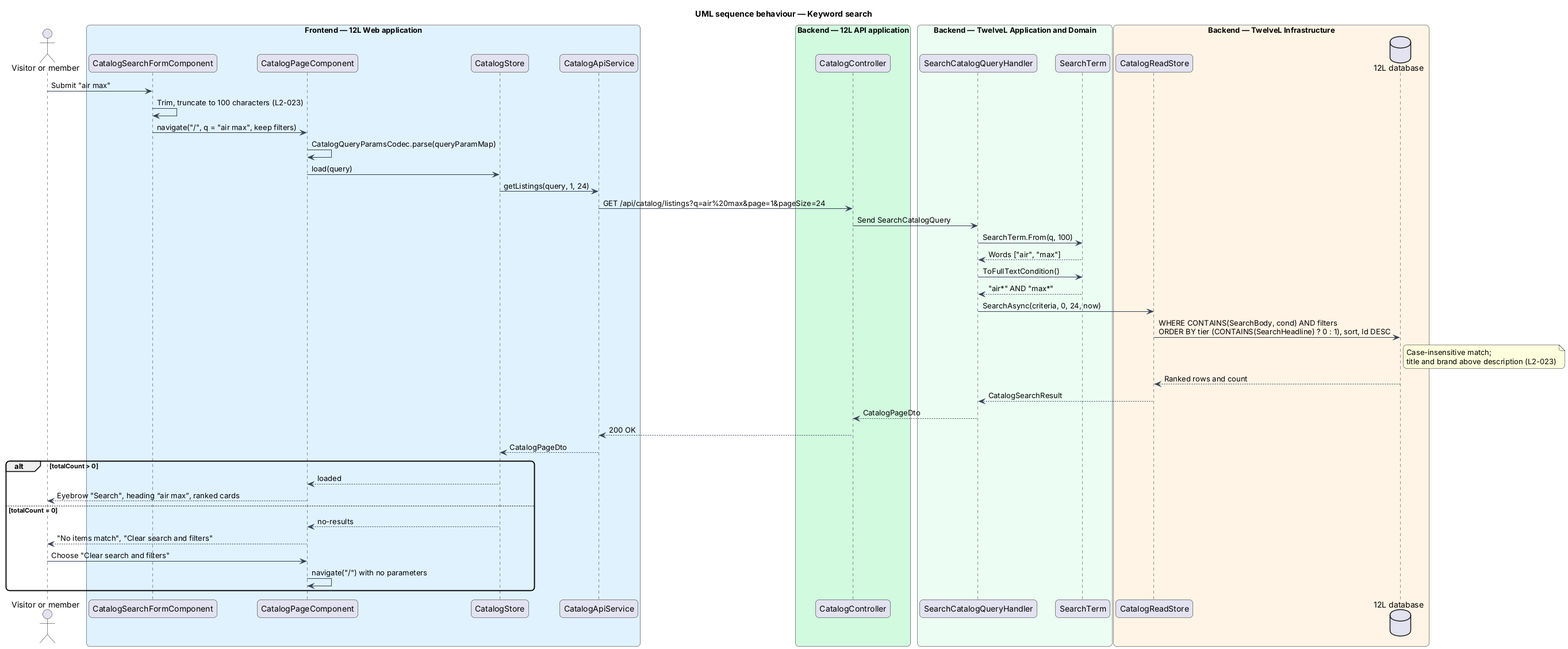
This is docs/detailed-designs/catalog/search-and-filter-catalog/diagrams/sequence-keyword-search.png from QuinntyneBrown/12l, a PlantUML export, as it was before one commit. Its diagram source:
```plantuml
@startuml
title UML sequence behaviour — Keyword search
skinparam backgroundColor #FFFFFF
skinparam shadowing false
skinparam roundcorner 12
skinparam defaultFontName Arial
skinparam ArrowColor #344054
actor "Visitor or member" as actor
box "Frontend — 12L Web application" #E0F2FE
  participant "CatalogSearchFormComponent" as form
  participant "CatalogPageComponent" as page
  participant "CatalogStore" as store
  participant "CatalogApiService" as client
end box
box "Backend — 12L API application" #D1FADF
  participant "CatalogController" as controller
end box
box "Backend — TwelveL Application and Domain" #ECFDF3
  participant "SearchCatalogQueryHandler" as handler
  participant "SearchTerm" as term
end box
box "Backend — TwelveL Infrastructure" #FFF4E5
  participant "CatalogReadStore" as rs
  database "12L database" as db
end box
actor -> form : Submit "air max"
form -> form : Trim, truncate to 100 characters (L2-023)
form -> page : navigate("/", q = "air max", keep filters)
page -> page : CatalogQueryParamsCodec.parse(queryParamMap)
page -> store : load(query)
store -> client : getListings(query, 1, 24)
client -> controller : GET /api/catalog/listings?q=air%20max&page=1&pageSize=24
controller -> handler : Send SearchCatalogQuery
handler -> term : SearchTerm.From(q, 100)
term --> handler : Words ["air", "max"]
handler -> term : ToFullTextCondition()
term --> handler : "air*" AND "max*"
handler -> rs : SearchAsync(criteria, 0, 24, now)
rs -> db : WHERE CONTAINS(SearchBody, cond) AND filters\nORDER BY tier (CONTAINS(SearchHeadline) ? 0 : 1), sort, Id DESC
note right of db : Case-insensitive match;\ntitle and brand above description (L2-023)
db --> rs : Ranked rows and count
rs --> handler : CatalogSearchResult
handler --> controller : CatalogPageDto
controller --> client : 200 OK
client --> store : CatalogPageDto
alt totalCount > 0
  store --> page : loaded
  page --> actor : Eyebrow "Search", heading “air max”, ranked cards
else totalCount = 0
  store --> page : no-results
  page --> actor : "No items match", "Clear search and filters"
  actor -> page : Choose "Clear search and filters"
  page -> page : navigate("/") with no parameters
end
@enduml
```
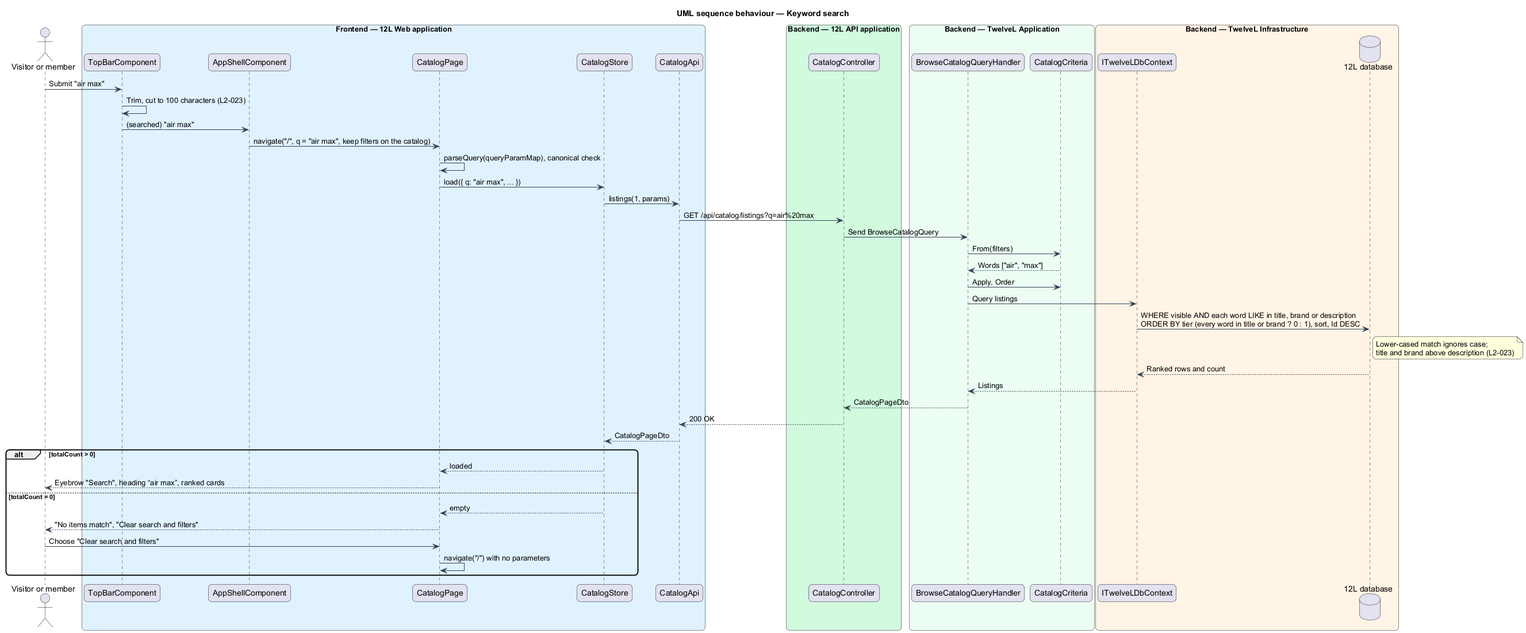
The same diagram one commit later.

Diff of the diagram source:
```diff
@@ -7,39 +7,40 @@
 skinparam ArrowColor #344054
 actor "Visitor or member" as actor
 box "Frontend — 12L Web application" #E0F2FE
-  participant "CatalogSearchFormComponent" as form
-  participant "CatalogPageComponent" as page
+  participant "TopBarComponent" as form
+  participant "AppShellComponent" as shell
+  participant "CatalogPage" as page
   participant "CatalogStore" as store
-  participant "CatalogApiService" as client
+  participant "CatalogApi" as client
 end box
 box "Backend — 12L API application" #D1FADF
   participant "CatalogController" as controller
 end box
-box "Backend — TwelveL Application and Domain" #ECFDF3
-  participant "SearchCatalogQueryHandler" as handler
-  participant "SearchTerm" as term
+box "Backend — TwelveL Application" #ECFDF3
+  participant "BrowseCatalogQueryHandler" as handler
+  participant "CatalogCriteria" as criteria
 end box
 box "Backend — TwelveL Infrastructure" #FFF4E5
-  participant "CatalogReadStore" as rs
+  participant "ITwelveLDbContext" as ctx
   database "12L database" as db
 end box
 actor -> form : Submit "air max"
-form -> form : Trim, truncate to 100 characters (L2-023)
-form -> page : navigate("/", q = "air max", keep filters)
-page -> page : CatalogQueryParamsCodec.parse(queryParamMap)
-page -> store : load(query)
-store -> client : getListings(query, 1, 24)
-client -> controller : GET /api/catalog/listings?q=air%20max&page=1&pageSize=24
-controller -> handler : Send SearchCatalogQuery
-handler -> term : SearchTerm.From(q, 100)
-term --> handler : Words ["air", "max"]
-handler -> term : ToFullTextCondition()
-term --> handler : "air*" AND "max*"
-handler -> rs : SearchAsync(criteria, 0, 24, now)
-rs -> db : WHERE CONTAINS(SearchBody, cond) AND filters\nORDER BY tier (CONTAINS(SearchHeadline) ? 0 : 1), sort, Id DESC
-note right of db : Case-insensitive match;\ntitle and brand above description (L2-023)
-db --> rs : Ranked rows and count
-rs --> handler : CatalogSearchResult
+form -> form : Trim, cut to 100 characters (L2-023)
+form -> shell : (searched) "air max"
+shell -> page : navigate("/", q = "air max", keep filters on the catalog)
+page -> page : parseQuery(queryParamMap), canonical check
+page -> store : load({ q: "air max", ... })
+store -> client : listings(1, params)
+client -> controller : GET /api/catalog/listings?q=air%20max
+controller -> handler : Send BrowseCatalogQuery
+handler -> criteria : From(filters)
+criteria --> handler : Words ["air", "max"]
+handler -> criteria : Apply, Order
+handler -> ctx : Query listings
+ctx -> db : WHERE visible AND each word LIKE in title, brand or description\nORDER BY tier (every word in title or brand ? 0 : 1), sort, Id DESC
+note right of db : Lower-cased match ignores case;\ntitle and brand above description (L2-023)
+db --> ctx : Ranked rows and count
+ctx --> handler : Listings
 handler --> controller : CatalogPageDto
 controller --> client : 200 OK
 client --> store : CatalogPageDto
@@ -47,7 +48,7 @@
   store --> page : loaded
   page --> actor : Eyebrow "Search", heading “air max”, ranked cards
 else totalCount = 0
-  store --> page : no-results
+  store --> page : empty
   page --> actor : "No items match", "Clear search and filters"
   actor -> page : Choose "Clear search and filters"
   page -> page : navigate("/") with no parameters
```
